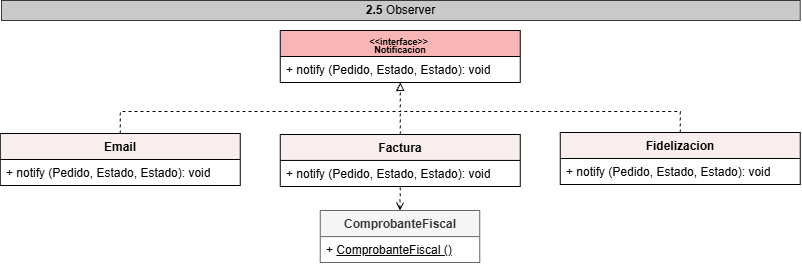
Above: src/Notificaciones/UML.png in saenzlucas/UNQShop (draw.io), before the change. Source tidied: cells renumbered, new cells last; positions are measured from the earlier drawing's top-left corner, leaving out a move shared by most shapes.
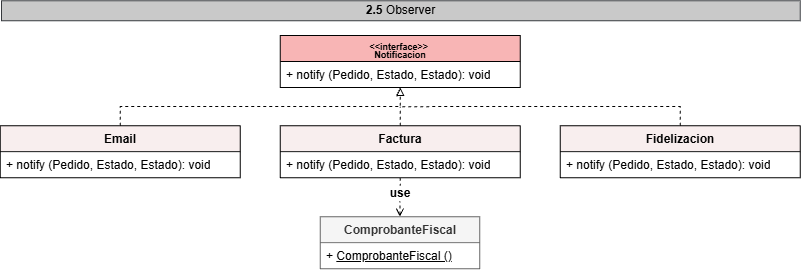
The same diagram one commit later.

Change to the diagram source:
```diff
@@ -3,62 +3,67 @@
     <mxCell id="0" />
     <mxCell id="1" parent="0" />
     <mxCell id="2" value="&lt;b&gt;2.5&lt;/b&gt; Observer" style="text;html=1;whiteSpace=wrap;strokeColor=#36393d;fillColor=#C9C9C9;align=center;verticalAlign=middle;rounded=0;" parent="1" vertex="1">
-      <mxGeometry x="1" width="798.8" height="20" as="geometry" />
+      <mxGeometry x="638" y="445.2" width="798.8" height="20" as="geometry" />
     </mxCell>
     <mxCell id="3" value="&lt;div style=&quot;line-height: 70%;&quot;&gt;&lt;font style=&quot;font-size: 9px; line-height: 70%;&quot;&gt;&amp;lt;&amp;lt;interface&amp;gt;&amp;gt;&amp;nbsp;&lt;/font&gt;&lt;div&gt;&lt;font style=&quot;font-size: 9px; line-height: 70%;&quot;&gt;Notificacion&lt;/font&gt;&lt;/div&gt;&lt;/div&gt;" style="swimlane;fontStyle=1;align=center;verticalAlign=top;horizontal=1;startSize=26;whiteSpace=wrap;html=1;fillColor=#F8B5B5;strokeColor=default;" parent="1" vertex="1">
-      <mxGeometry x="279.8" y="30" width="240" height="52" as="geometry" />
+      <mxGeometry x="916.8" y="480" width="240" height="52" as="geometry" />
     </mxCell>
-    <mxCell id="4" value="+ notify (Pedido, Estado, Estado): void" style="text;strokeColor=none;fillColor=none;align=left;verticalAlign=top;spacingLeft=4;spacingRight=4;overflow=hidden;whiteSpace=wrap;html=1;" parent="3" vertex="1">
-      <mxGeometry y="26" width="240" height="26" as="geometry" />
-    </mxCell>
+    <mxCell id="17" value="+ notify (Pedido, Estado, Estado): void" style="text;strokeColor=none;fillColor=none;align=left;verticalAlign=top;spacingLeft=4;spacingRight=4;overflow=hidden;whiteSpace=wrap;html=1;" parent="3" vertex="1">
+      <mxGeometry y="26" width="240" height="26" as="geometry" />
+    </mxCell>
     <mxCell id="5" style="edgeStyle=orthogonalEdgeStyle;rounded=0;jettySize=auto;html=1;exitX=0.5;exitY=0;exitDx=0;exitDy=0;entryX=0.5;entryY=1;entryDx=0;entryDy=0;dashed=1;endArrow=block;endFill=0;" parent="1" edge="1" source="6" target="3">
       <mxGeometry relative="1" as="geometry">
         <Array as="points">
-          <mxPoint x="119.2" y="111.1" />
-          <mxPoint x="400.2" y="111.1" />
+          <mxPoint x="756.2" y="551.1" />
+          <mxPoint x="1036.2" y="551.1" />
         </Array>
       </mxGeometry>
     </mxCell>
     <mxCell id="6" value="Email" style="swimlane;fontStyle=1;align=center;verticalAlign=top;horizontal=1;startSize=26;whiteSpace=wrap;html=1;fillColor=#F8EEEE;" parent="1" vertex="1">
-      <mxGeometry x="-0.2" y="133" width="240" height="52" as="geometry" />
+      <mxGeometry x="636.8" y="570.1" width="240" height="52" as="geometry" />
     </mxCell>
-    <mxCell id="7" value="+ notify (Pedido, Estado, Estado): void" style="text;strokeColor=none;fillColor=none;align=left;verticalAlign=top;spacingLeft=4;spacingRight=4;overflow=hidden;whiteSpace=wrap;html=1;" parent="6" vertex="1">
-      <mxGeometry y="26" width="240" height="26" as="geometry" />
-    </mxCell>
-    <mxCell id="8" style="edgeStyle=none;rounded=0;jettySize=auto;html=1;exitX=0.5;exitY=0;exitDx=0;exitDy=0;endArrow=none;endFill=0;dashed=1;" parent="1" edge="1" source="9">
-      <mxGeometry relative="1" as="geometry">
-        <mxPoint x="399.8" y="111.1" as="targetPoint" />
-      </mxGeometry>
-    </mxCell>
+    <mxCell id="18" value="+ notify (Pedido, Estado, Estado): void" style="text;strokeColor=none;fillColor=none;align=left;verticalAlign=top;spacingLeft=4;spacingRight=4;overflow=hidden;whiteSpace=wrap;html=1;" parent="6" vertex="1">
+      <mxGeometry y="26" width="240" height="26" as="geometry" />
+    </mxCell>
+    <mxCell id="19" style="edgeStyle=orthogonalEdgeStyle;rounded=0;jettySize=auto;html=1;exitX=0.5;exitY=0;exitDx=0;exitDy=0;endArrow=none;endFill=0;dashed=1;" parent="1" edge="1" source="9">
+      <mxGeometry relative="1" as="geometry">
+        <mxPoint x="1036.7" y="551.1" as="targetPoint" />
+      </mxGeometry>
+    </mxCell>
+    <mxCell id="20" style="edgeStyle=orthogonalEdgeStyle;rounded=0;jettySize=auto;html=1;exitX=0.5;exitY=1;exitDx=0;exitDy=0;entryX=0.5;entryY=0;entryDx=0;entryDy=0;startArrow=none;startFill=0;endArrow=none;endFill=0;dashed=1;" parent="1" edge="1" source="9" target="25">
+      <mxGeometry relative="1" as="geometry" />
+    </mxCell>
     <mxCell id="9" value="Factura" style="swimlane;fontStyle=1;align=center;verticalAlign=top;horizontal=1;startSize=26;whiteSpace=wrap;html=1;fillColor=#F8EEEE;strokeColor=default;" parent="1" vertex="1">
-      <mxGeometry x="279.8" y="133.9" width="240" height="52" as="geometry" />
+      <mxGeometry x="916.8" y="570.1" width="240" height="52" as="geometry" />
     </mxCell>
-    <mxCell id="10" value="+ notify (Pedido, Estado, Estado): void" style="text;strokeColor=none;fillColor=none;align=left;verticalAlign=top;spacingLeft=4;spacingRight=4;overflow=hidden;whiteSpace=wrap;html=1;" parent="9" vertex="1">
-      <mxGeometry y="26" width="240" height="26" as="geometry" />
-    </mxCell>
-    <mxCell id="11" style="edgeStyle=orthogonalEdgeStyle;rounded=0;jettySize=auto;html=1;exitX=0.5;exitY=0;exitDx=0;exitDy=0;endArrow=none;endFill=0;dashed=1;" parent="1" edge="1" source="12">
-      <mxGeometry relative="1" as="geometry">
-        <mxPoint x="400.2" y="111.1" as="targetPoint" />
-        <Array as="points">
-          <mxPoint x="679.2" y="111.1" />
-          <mxPoint x="399.2" y="111.1" />
-        </Array>
-      </mxGeometry>
-    </mxCell>
+    <mxCell id="21" value="+ notify (Pedido, Estado, Estado): void" style="text;strokeColor=none;fillColor=none;align=left;verticalAlign=top;spacingLeft=4;spacingRight=4;overflow=hidden;whiteSpace=wrap;html=1;" parent="9" vertex="1">
+      <mxGeometry y="26" width="240" height="26" as="geometry" />
+    </mxCell>
+    <mxCell id="22" style="edgeStyle=orthogonalEdgeStyle;rounded=0;jettySize=auto;html=1;exitX=0.5;exitY=0;exitDx=0;exitDy=0;endArrow=none;endFill=0;dashed=1;" parent="1" edge="1" source="12">
+      <mxGeometry relative="1" as="geometry">
+        <mxPoint x="1036.2" y="551.1" as="targetPoint" />
+        <Array as="points">
+          <mxPoint x="1317.2" y="551.1" />
+        </Array>
+      </mxGeometry>
+    </mxCell>
     <mxCell id="12" value="Fidelizacion" style="swimlane;fontStyle=1;align=center;verticalAlign=top;horizontal=1;startSize=26;whiteSpace=wrap;html=1;fillColor=#F8EEEE;strokeColor=default;" parent="1" vertex="1">
-      <mxGeometry x="559.8" y="132" width="240" height="52" as="geometry" />
+      <mxGeometry x="1196.8" y="570.1" width="240" height="52" as="geometry" />
     </mxCell>
-    <mxCell id="13" value="+ notify (Pedido, Estado, Estado): void" style="text;strokeColor=none;fillColor=none;align=left;verticalAlign=top;spacingLeft=4;spacingRight=4;overflow=hidden;whiteSpace=wrap;html=1;" parent="12" vertex="1">
-      <mxGeometry y="26" width="240" height="26" as="geometry" />
-    </mxCell>
-    <mxCell id="14" style="edgeStyle=orthogonalEdgeStyle;rounded=0;jettySize=auto;html=1;exitX=0.5;exitY=0;exitDx=0;exitDy=0;entryX=0.5;entryY=1;entryDx=0;entryDy=0;endArrow=none;endFill=0;startArrow=open;startFill=0;dashed=1;" parent="1" edge="1" source="15" target="9">
-      <mxGeometry relative="1" as="geometry" />
-    </mxCell>
+    <mxCell id="23" value="+ notify (Pedido, Estado, Estado): void" style="text;strokeColor=none;fillColor=none;align=left;verticalAlign=top;spacingLeft=4;spacingRight=4;overflow=hidden;whiteSpace=wrap;html=1;" parent="12" vertex="1">
+      <mxGeometry y="26" width="240" height="26" as="geometry" />
+    </mxCell>
+    <mxCell id="24" style="edgeStyle=orthogonalEdgeStyle;rounded=0;jettySize=auto;html=1;exitX=0.5;exitY=0;exitDx=0;exitDy=0;entryX=0.49;entryY=0.989;entryDx=0;entryDy=0;endArrow=none;endFill=0;startArrow=open;startFill=0;dashed=1;entryPerimeter=0;" parent="1" edge="1" source="15" target="25">
+      <mxGeometry relative="1" as="geometry" />
+    </mxCell>
     <mxCell id="15" value="ComprobanteFiscal" style="swimlane;fontStyle=1;align=center;verticalAlign=top;horizontal=1;startSize=26;whiteSpace=wrap;html=1;fillColor=#F5F5F5;strokeColor=#666666;fontColor=#333333;" parent="1" vertex="1">
-      <mxGeometry x="319.8" y="210.1" width="159.5" height="52" as="geometry" />
+      <mxGeometry x="956.8" y="661.1" width="159.5" height="52" as="geometry" />
     </mxCell>
     <mxCell id="16" value="+ &lt;u&gt;ComprobanteFiscal ()&lt;/u&gt;" style="text;strokeColor=none;fillColor=none;align=left;verticalAlign=top;spacingLeft=4;spacingRight=4;overflow=hidden;whiteSpace=wrap;html=1;" parent="15" vertex="1">
       <mxGeometry y="26" width="159.5" height="26" as="geometry" />
     </mxCell>
+    <mxCell id="25" value="&lt;b&gt;use&lt;/b&gt;" style="text;html=1;whiteSpace=wrap;strokeColor=none;fillColor=none;align=center;verticalAlign=middle;rounded=0;" parent="1" vertex="1">
+      <mxGeometry x="1021.8" y="630.1" width="30" height="15.8" as="geometry" />
+    </mxCell>
   </root>
 </mxGraphModel>
```
